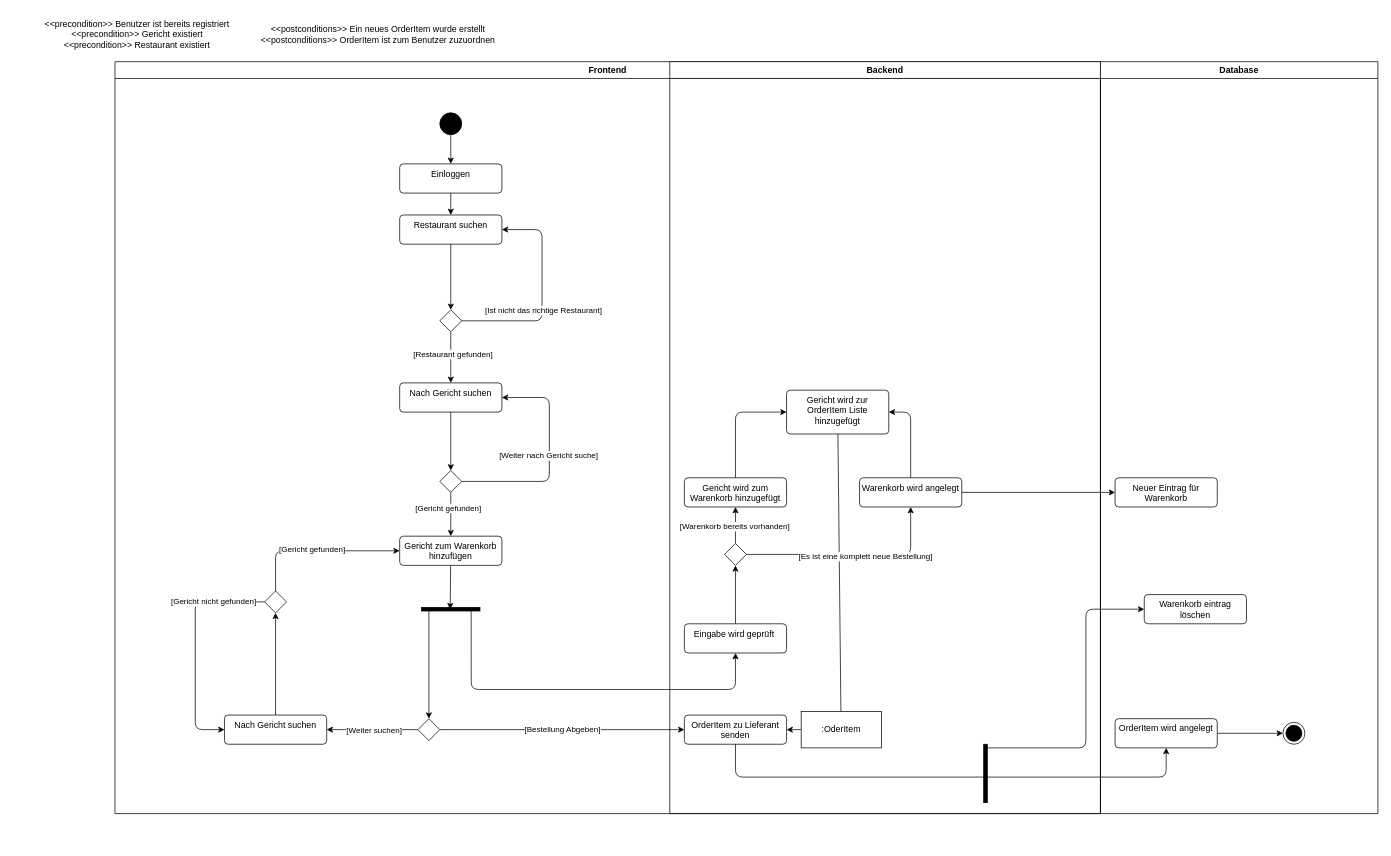
T-A-Winter/IMSE keeps this draw.io diagram as 1.2.2 - Gericht_zur_Bestellung_hinzufügen.drawio. Above is the earlier version. Source tidied: cells renumbered, new cells numbered last; positions are measured from the earlier drawing's top-left corner, leaving out a move shared by most shapes. Both pictures are drawn from the tidied source at 73%, with x=0, y=0 at pixel (34, 12).
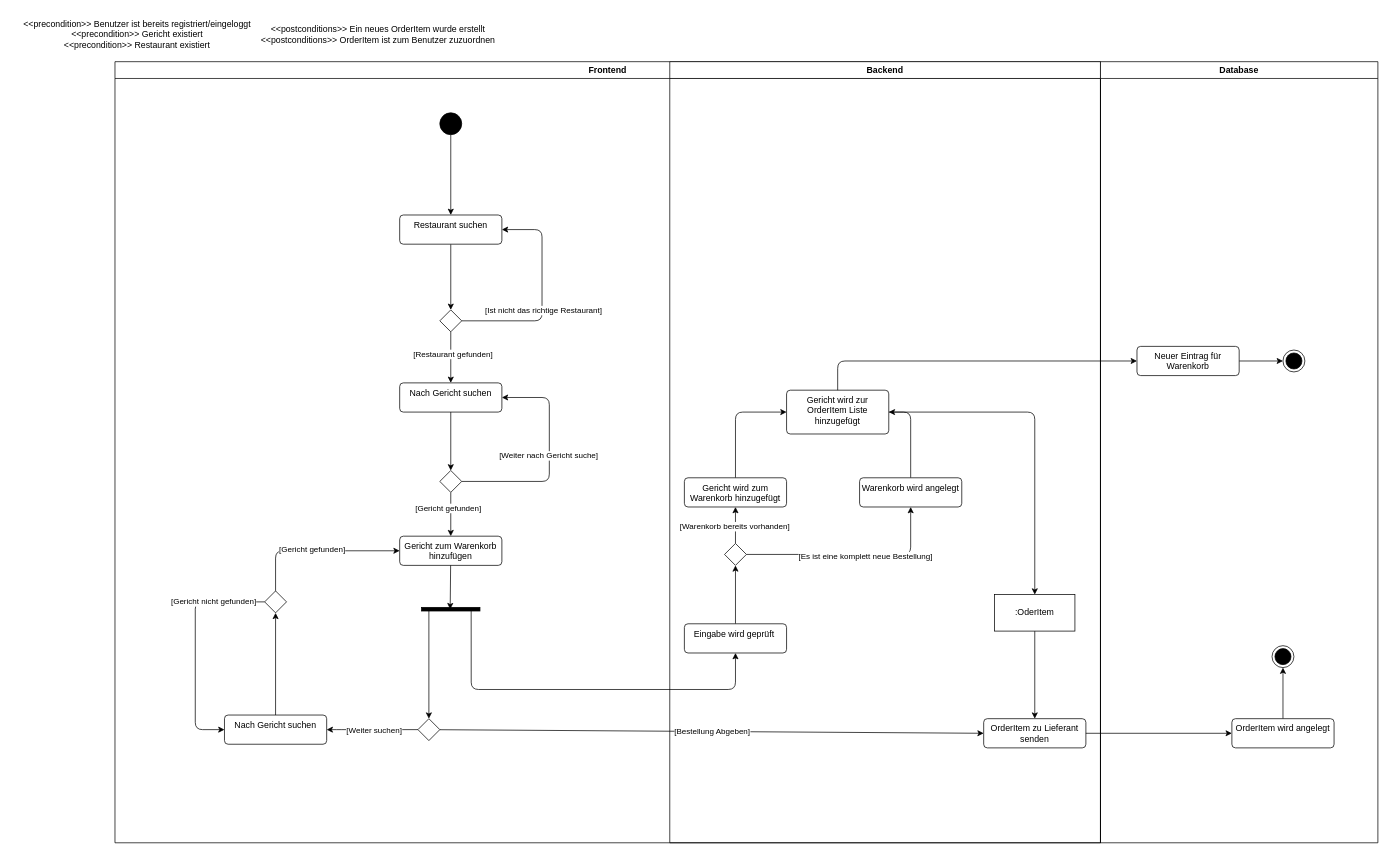
The same page after the edit.

The change refers to these unchanged cells:
```xml
<mxCell id="4" style="ellipse;fillColor=strokeColor;html=1;" parent="2" vertex="1">
  <mxGeometry x="445" y="70" width="30" height="30" as="geometry" />
</mxCell>
<mxCell id="8" value="Restaurant suchen" style="html=1;align=center;verticalAlign=top;rounded=1;absoluteArcSize=1;arcSize=10;dashed=0;whiteSpace=wrap;" parent="2" vertex="1">
  <mxGeometry x="390" y="210" width="140" height="40" as="geometry" />
</mxCell>
<mxCell id="41" value="Gericht wird zur OrderItem Liste hinzugefügt&lt;div&gt;&lt;br&gt;&lt;/div&gt;" style="html=1;align=center;verticalAlign=top;rounded=1;absoluteArcSize=1;arcSize=10;dashed=0;whiteSpace=wrap;" parent="35" vertex="1">
  <mxGeometry x="160" y="450" width="140" height="60" as="geometry" />
</mxCell>
<mxCell id="48" value="Warenkorb wird angelegt" style="html=1;align=center;verticalAlign=top;rounded=1;absoluteArcSize=1;arcSize=10;dashed=0;whiteSpace=wrap;" parent="35" vertex="1">
  <mxGeometry x="260" y="570" width="140" height="40" as="geometry" />
</mxCell>
```

Diff of the diagram source:
```diff
@@
     <mxCell id="2" value="Frontend" style="swimlane;whiteSpace=wrap;html=1;" parent="1" vertex="1">
-      <mxGeometry x="110" y="67" width="1350" height="1030" as="geometry" />
+      <mxGeometry x="110" y="67" width="1350" height="1070" as="geometry" />
     </mxCell>
-    <mxCell id="3" style="edgeStyle=none;html=1;" parent="2" edge="1" source="4" target="6">
+    <mxCell id="3" style="edgeStyle=none;html=1;entryX=0.5;entryY=0;entryDx=0;entryDy=0;" parent="2" edge="1" source="4" target="8">
       <mxGeometry relative="1" as="geometry" />
     </mxCell>
@@
-    <mxCell id="5" style="edgeStyle=none;html=1;entryX=0.5;entryY=0;entryDx=0;entryDy=0;" parent="2" edge="1" source="6" target="8">
-      <mxGeometry relative="1" as="geometry" />
-    </mxCell>
-    <mxCell id="6" value="Einloggen" style="html=1;align=center;verticalAlign=top;rounded=1;absoluteArcSize=1;arcSize=10;dashed=0;whiteSpace=wrap;" parent="2" vertex="1">
-      <mxGeometry x="390" y="140" width="140" height="40" as="geometry" />
-    </mxCell>
@@
     <mxCell id="35" value="Backend" style="swimlane;whiteSpace=wrap;html=1;" parent="2" vertex="1">
-      <mxGeometry x="760" width="590" height="1030" as="geometry" />
+      <mxGeometry x="760" width="590" height="1070" as="geometry" />
     </mxCell>
@@
-    <mxCell id="40" style="edgeStyle=none;html=1;entryX=0.5;entryY=1;entryDx=0;entryDy=0;" parent="35" edge="1" source="41" target="50">
-      <mxGeometry relative="1" as="geometry" />
+    <mxCell id="40" style="edgeStyle=none;html=1;entryX=0.5;entryY=0;entryDx=0;entryDy=0;" parent="35" edge="1" source="41" target="50">
+      <mxGeometry relative="1" as="geometry">
+        <Array as="points">
+          <mxPoint x="500" y="480" />
+        </Array>
+      </mxGeometry>
     </mxCell>
@@
-    <mxCell id="49" style="edgeStyle=none;html=1;entryX=1;entryY=0.5;entryDx=0;entryDy=0;" parent="35" edge="1" source="50" target="51">
+    <mxCell id="49" style="edgeStyle=none;html=1;entryX=0.5;entryY=0;entryDx=0;entryDy=0;" parent="35" edge="1" source="50" target="51">
       <mxGeometry relative="1" as="geometry" />
     </mxCell>
     <mxCell id="50" value=":OderItem" style="html=1;whiteSpace=wrap;" parent="35" vertex="1">
-      <mxGeometry x="180" y="890" width="110" height="50" as="geometry" />
+      <mxGeometry x="445" y="730" width="110" height="50" as="geometry" />
     </mxCell>
     <mxCell id="51" value="OrderItem zu Lieferant senden" style="html=1;align=center;verticalAlign=top;rounded=1;absoluteArcSize=1;arcSize=10;dashed=0;whiteSpace=wrap;" parent="35" vertex="1">
-      <mxGeometry x="20" y="895" width="140" height="40" as="geometry" />
+      <mxGeometry x="430" y="900" width="140" height="40" as="geometry" />
     </mxCell>
-    <mxCell id="52" style="html=1;points=[];perimeter=orthogonalPerimeter;fillColor=strokeColor;" parent="35" vertex="1">
-      <mxGeometry x="430" y="935" width="5" height="80" as="geometry" />
-    </mxCell>
@@
     <mxCell id="55" value="Database" style="swimlane;whiteSpace=wrap;html=1;" parent="1" vertex="1">
-      <mxGeometry x="1460" y="67" width="380" height="1030" as="geometry" />
+      <mxGeometry x="1460" y="67" width="380" height="1070" as="geometry" />
     </mxCell>
-    <mxCell id="56" style="edgeStyle=none;html=1;entryX=0;entryY=0.5;entryDx=0;entryDy=0;" parent="55" edge="1" source="57">
-      <mxGeometry relative="1" as="geometry">
-        <mxPoint x="250" y="920" as="targetPoint" />
-      </mxGeometry>
+    <mxCell id="56" style="edgeStyle=none;html=1;entryX=0.5;entryY=1;entryDx=0;entryDy=0;" parent="55" edge="1" source="57" target="60">
+      <mxGeometry relative="1" as="geometry" />
     </mxCell>
     <mxCell id="57" value="OrderItem wird angelegt" style="html=1;align=center;verticalAlign=top;rounded=1;absoluteArcSize=1;arcSize=10;dashed=0;whiteSpace=wrap;" parent="55" vertex="1">
-      <mxGeometry x="20" y="900" width="140" height="40" as="geometry" />
+      <mxGeometry x="180" y="900" width="140" height="40" as="geometry" />
     </mxCell>
+    <mxCell id="66" style="edgeStyle=none;html=1;entryX=0;entryY=0.5;entryDx=0;entryDy=0;" parent="55" edge="1" source="58" target="67">
+      <mxGeometry relative="1" as="geometry" />
+    </mxCell>
     <mxCell id="58" value="Neuer Eintrag für Warenkorb" style="html=1;align=center;verticalAlign=top;rounded=1;absoluteArcSize=1;arcSize=10;dashed=0;whiteSpace=wrap;" parent="55" vertex="1">
-      <mxGeometry x="20" y="570" width="140" height="40" as="geometry" />
+      <mxGeometry x="50" y="390" width="140" height="40" as="geometry" />
     </mxCell>
-    <mxCell id="59" value="Warenkorb eintrag löschen" style="html=1;align=center;verticalAlign=top;rounded=1;absoluteArcSize=1;arcSize=10;dashed=0;whiteSpace=wrap;" parent="55" vertex="1">
-      <mxGeometry x="60" y="730" width="140" height="40" as="geometry" />
-    </mxCell>
     <mxCell id="60" style="ellipse;html=1;shape=endState;fillColor=strokeColor;" parent="55" vertex="1">
-      <mxGeometry x="250" y="905" width="30" height="30" as="geometry" />
+      <mxGeometry x="235" y="800" width="30" height="30" as="geometry" />
     </mxCell>
-    <mxCell id="61" style="edgeStyle=none;html=1;entryX=0;entryY=0.5;entryDx=0;entryDy=0;" parent="1" edge="1" source="48" target="58">
-      <mxGeometry relative="1" as="geometry" />
-    </mxCell>
-    <mxCell id="62" style="edgeStyle=none;html=1;entryX=0.5;entryY=1;entryDx=0;entryDy=0;" parent="1" edge="1" source="51" target="57">
-      <mxGeometry relative="1" as="geometry">
-        <Array as="points">
-          <mxPoint x="960" y="1047" />
-          <mxPoint x="1550" y="1047" />
-        </Array>
-      </mxGeometry>
-    </mxCell>
+    <mxCell id="67" style="ellipse;html=1;shape=endState;fillColor=strokeColor;" parent="55" vertex="1">
+      <mxGeometry x="250" y="395" width="30" height="30" as="geometry" />
+    </mxCell>
-    <mxCell id="63" value="&amp;lt;&amp;lt;precondition&amp;gt;&amp;gt; Benutzer ist bereits&amp;nbsp;&lt;span class=&quot;yKMVIe&quot; aria-level=&quot;1&quot; role=&quot;heading&quot;&gt;registriert&lt;/span&gt;&lt;div&gt;&lt;span class=&quot;yKMVIe&quot; aria-level=&quot;1&quot; role=&quot;heading&quot;&gt;&lt;span style=&quot;color: rgb(0, 0, 0);&quot;&gt;&amp;lt;&amp;lt;precondition&amp;gt;&amp;gt; Gericht existiert&lt;/span&gt;&lt;/span&gt;&lt;/div&gt;&lt;div&gt;&lt;span class=&quot;yKMVIe&quot; aria-level=&quot;1&quot; role=&quot;heading&quot;&gt;&lt;span style=&quot;color: rgb(0, 0, 0);&quot;&gt;&amp;lt;&amp;lt;precondition&amp;gt;&amp;gt; Restaurant existiert&lt;/span&gt;&lt;/span&gt;&lt;/div&gt;" style="text;html=1;align=center;verticalAlign=middle;strokeColor=none;fillColor=none;" parent="1" vertex="1">
-      <mxGeometry width="280" height="60" as="geometry" />
+    <mxCell id="63" value="&amp;lt;&amp;lt;precondition&amp;gt;&amp;gt; Benutzer ist bereits&amp;nbsp;&lt;span class=&quot;yKMVIe&quot; aria-level=&quot;1&quot; role=&quot;heading&quot;&gt;registriert/eingeloggt&lt;/span&gt;&lt;div&gt;&lt;span class=&quot;yKMVIe&quot; aria-level=&quot;1&quot; role=&quot;heading&quot;&gt;&lt;span style=&quot;color: rgb(0, 0, 0);&quot;&gt;&amp;lt;&amp;lt;precondition&amp;gt;&amp;gt; Gericht existiert&lt;/span&gt;&lt;/span&gt;&lt;/div&gt;&lt;div&gt;&lt;span class=&quot;yKMVIe&quot; aria-level=&quot;1&quot; role=&quot;heading&quot;&gt;&lt;span style=&quot;color: rgb(0, 0, 0);&quot;&gt;&amp;lt;&amp;lt;precondition&amp;gt;&amp;gt; Restaurant existiert&lt;/span&gt;&lt;/span&gt;&lt;/div&gt;" style="text;html=1;align=center;verticalAlign=middle;strokeColor=none;fillColor=none;" parent="1" vertex="1">
+      <mxGeometry x="-30" width="340" height="60" as="geometry" />
     </mxCell>
@@
-    <mxCell id="65" style="edgeStyle=none;html=1;entryX=0;entryY=0.5;entryDx=0;entryDy=0;" parent="1" edge="1" source="52" target="59">
-      <mxGeometry relative="1" as="geometry">
-        <Array as="points">
-          <mxPoint x="1440" y="1007" />
-          <mxPoint x="1440" y="817" />
-        </Array>
-      </mxGeometry>
-    </mxCell>
+    <mxCell id="68" style="endArrow=classic;html=1;exitX=0.5;exitY=0;exitDx=0;exitDy=0;entryX=0;entryY=0.5;entryDx=0;entryDy=0;" parent="1" edge="1" source="41" target="58">
+      <mxGeometry relative="1" as="geometry">
+        <Array as="points">
+          <mxPoint x="1100" y="477" />
+        </Array>
+      </mxGeometry>
+    </mxCell>
+    <mxCell id="62" style="edgeStyle=none;html=1;entryX=0;entryY=0.5;entryDx=0;entryDy=0;" parent="1" edge="1" source="51" target="57">
+      <mxGeometry relative="1" as="geometry" />
+    </mxCell>
```
